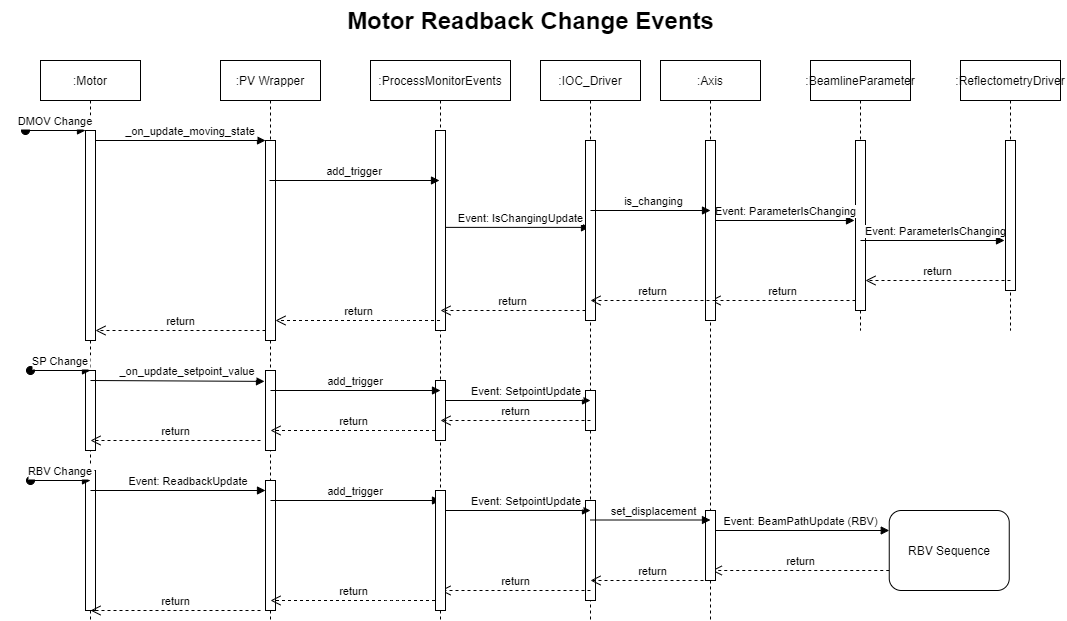
Earlier version of the draw.io export reflectometers/MotorReadbackChangeEvents.png (ISISComputingGroup/ibex_developers_manual). Source tidied: cells renumbered, new cells last; positions are measured from the earlier drawing's top-left corner, leaving out a move shared by most shapes. Its diagram source:
```xml
<mxGraphModel>
  <root>
    <mxCell id="0" />
    <mxCell id="1" parent="0" />
    <mxCell id="2" value=":Motor" style="shape=umlLifeline;perimeter=lifelinePerimeter;rounded=0;shadow=0;strokeWidth=1;" parent="1" vertex="1">
      <mxGeometry x="40" y="60" width="100" height="560" as="geometry" />
    </mxCell>
    <mxCell id="3" style="points=[];perimeter=orthogonalPerimeter;rounded=0;shadow=0;strokeWidth=1;" parent="2" vertex="1">
      <mxGeometry x="45" y="70" width="10" height="210" as="geometry" />
    </mxCell>
    <mxCell id="4" value="DMOV Change" style="verticalAlign=bottom;startArrow=oval;endArrow=block;startSize=8;shadow=0;strokeWidth=1;" parent="2" edge="1" target="3">
      <mxGeometry relative="1" as="geometry">
        <mxPoint x="-15" y="70" as="sourcePoint" />
      </mxGeometry>
    </mxCell>
    <mxCell id="5" style="perimeter=orthogonalPerimeter;rounded=0;shadow=0;strokeWidth=1;" parent="2" vertex="1">
      <mxGeometry x="45" y="310" width="10" height="80" as="geometry" />
    </mxCell>
    <mxCell id="6" style="perimeter=orthogonalPerimeter;rounded=0;shadow=0;strokeWidth=1;" parent="2" vertex="1">
      <mxGeometry x="45" y="410" width="10" height="140" as="geometry" />
    </mxCell>
    <mxCell id="7" value=":PV Wrapper" style="shape=umlLifeline;perimeter=lifelinePerimeter;rounded=0;shadow=0;strokeWidth=1;" parent="1" vertex="1">
      <mxGeometry x="220" y="60" width="100" height="560" as="geometry" />
    </mxCell>
    <mxCell id="8" style="points=[];perimeter=orthogonalPerimeter;rounded=0;shadow=0;strokeWidth=1;" parent="7" vertex="1">
      <mxGeometry x="45" y="80" width="10" height="200" as="geometry" />
    </mxCell>
    <mxCell id="9" style="perimeter=orthogonalPerimeter;rounded=0;shadow=0;strokeWidth=1;" parent="7" vertex="1">
      <mxGeometry x="45" y="310" width="10" height="80" as="geometry" />
    </mxCell>
    <mxCell id="10" style="perimeter=orthogonalPerimeter;rounded=0;shadow=0;strokeWidth=1;" parent="7" vertex="1">
      <mxGeometry x="45" y="420" width="10" height="70" as="geometry" />
    </mxCell>
    <mxCell id="11" value="_on_update_moving_state" style="verticalAlign=bottom;endArrow=block;entryX=0;entryY=0;shadow=0;strokeWidth=1;" parent="1" edge="1" source="3" target="8">
      <mxGeometry x="0.12" relative="1" as="geometry" />
    </mxCell>
    <mxCell id="12" value=":ProcessMonitorEvents" style="shape=umlLifeline;perimeter=lifelinePerimeter;rounded=0;shadow=0;strokeWidth=1;" parent="1" vertex="1">
      <mxGeometry x="370" y="60" width="140" height="560" as="geometry" />
    </mxCell>
    <mxCell id="13" style="points=[];perimeter=orthogonalPerimeter;rounded=0;shadow=0;strokeWidth=1;" parent="12" vertex="1">
      <mxGeometry x="65" y="70" width="10" height="200" as="geometry" />
    </mxCell>
    <mxCell id="14" style="perimeter=orthogonalPerimeter;rounded=0;shadow=0;strokeWidth=1;" parent="12" vertex="1">
      <mxGeometry x="65" y="320" width="10" height="60" as="geometry" />
    </mxCell>
    <mxCell id="15" value="add_trigger" style="verticalAlign=bottom;endArrow=block;entryX=0;entryY=0;shadow=0;strokeWidth=1;" parent="1" edge="1">
      <mxGeometry relative="1" as="geometry">
        <mxPoint x="269" y="180" as="sourcePoint" />
        <mxPoint x="439" y="180" as="targetPoint" />
      </mxGeometry>
    </mxCell>
    <mxCell id="16" value="Event: IsChangingUpdate" style="html=1;verticalAlign=bottom;endArrow=block;entryX=0.49;entryY=0.298;entryDx=0;entryDy=0;entryPerimeter=0;" parent="1" edge="1" source="13" target="19">
      <mxGeometry x="0.04" relative="1" as="geometry" />
    </mxCell>
    <mxCell id="17" value="return" style="html=1;verticalAlign=bottom;endArrow=open;dashed=1;endSize=8;" parent="1" edge="1" source="12" target="8">
      <mxGeometry relative="1" as="geometry">
        <Array as="points">
          <mxPoint x="400" y="320" />
        </Array>
      </mxGeometry>
    </mxCell>
    <mxCell id="18" value="Motor Readback Change Events" style="text;strokeColor=none;fillColor=none;html=1;fontSize=24;fontStyle=1;verticalAlign=middle;align=center;" parent="1" vertex="1">
      <mxGeometry width="1060" height="40" as="geometry" />
    </mxCell>
    <mxCell id="19" value=":IOC_Driver" style="shape=umlLifeline;perimeter=lifelinePerimeter;rounded=0;shadow=0;strokeWidth=1;" parent="1" vertex="1">
      <mxGeometry x="540" y="60" width="100" height="560" as="geometry" />
    </mxCell>
    <mxCell id="20" style="perimeter=orthogonalPerimeter;rounded=0;shadow=0;strokeWidth=1;" parent="19" vertex="1">
      <mxGeometry x="45" y="80" width="10" height="180" as="geometry" />
    </mxCell>
    <mxCell id="21" style="perimeter=orthogonalPerimeter;rounded=0;shadow=0;strokeWidth=1;" parent="19" vertex="1">
      <mxGeometry x="45" y="330" width="10" height="40" as="geometry" />
    </mxCell>
    <mxCell id="22" style="perimeter=orthogonalPerimeter;rounded=0;shadow=0;strokeWidth=1;" parent="19" vertex="1">
      <mxGeometry x="45" y="440" width="10" height="100" as="geometry" />
    </mxCell>
    <mxCell id="23" value=":BeamlineParameter" style="shape=umlLifeline;perimeter=lifelinePerimeter;rounded=0;shadow=0;strokeWidth=1;" parent="1" vertex="1">
      <mxGeometry x="810" y="60" width="100" height="270" as="geometry" />
    </mxCell>
    <mxCell id="24" style="perimeter=orthogonalPerimeter;rounded=0;shadow=0;strokeWidth=1;" parent="23" vertex="1">
      <mxGeometry x="45" y="80" width="10" height="170" as="geometry" />
    </mxCell>
    <mxCell id="25" value="Event: ParameterIsChanging" style="html=1;verticalAlign=bottom;endArrow=block;entryX=0.49;entryY=0.298;entryDx=0;entryDy=0;entryPerimeter=0;" parent="1" edge="1">
      <mxGeometry x="0.04" relative="1" as="geometry">
        <mxPoint x="710" y="220" as="sourcePoint" />
        <mxPoint x="854" y="220" as="targetPoint" />
      </mxGeometry>
    </mxCell>
    <mxCell id="26" value="Event: ParameterIsChanging" style="html=1;verticalAlign=bottom;endArrow=block;entryX=0.49;entryY=0.298;entryDx=0;entryDy=0;entryPerimeter=0;" parent="1" edge="1">
      <mxGeometry x="0.04" relative="1" as="geometry">
        <mxPoint x="860" y="240" as="sourcePoint" />
        <mxPoint x="1004" y="240" as="targetPoint" />
      </mxGeometry>
    </mxCell>
    <mxCell id="27" value=":ReflectometryDriver" style="shape=umlLifeline;perimeter=lifelinePerimeter;rounded=0;shadow=0;strokeWidth=1;" parent="1" vertex="1">
      <mxGeometry x="960" y="60" width="100" height="270" as="geometry" />
    </mxCell>
    <mxCell id="28" style="perimeter=orthogonalPerimeter;rounded=0;shadow=0;strokeWidth=1;" parent="27" vertex="1">
      <mxGeometry x="45" y="80" width="10" height="150" as="geometry" />
    </mxCell>
    <mxCell id="29" value="return" style="html=1;verticalAlign=bottom;endArrow=open;dashed=1;endSize=8;" parent="27" edge="1">
      <mxGeometry relative="1" as="geometry">
        <mxPoint x="50" y="220" as="sourcePoint" />
        <mxPoint x="-95" y="220" as="targetPoint" />
      </mxGeometry>
    </mxCell>
    <mxCell id="30" value="return" style="html=1;verticalAlign=bottom;endArrow=open;dashed=1;endSize=8;" parent="1" edge="1">
      <mxGeometry relative="1" as="geometry">
        <mxPoint x="855" y="300" as="sourcePoint" />
        <mxPoint x="710" y="300" as="targetPoint" />
      </mxGeometry>
    </mxCell>
    <mxCell id="31" value="return" style="html=1;verticalAlign=bottom;endArrow=open;dashed=1;endSize=8;" parent="1" edge="1">
      <mxGeometry relative="1" as="geometry">
        <mxPoint x="585" y="310" as="sourcePoint" />
        <mxPoint x="440" y="310" as="targetPoint" />
      </mxGeometry>
    </mxCell>
    <mxCell id="32" value="return" style="html=1;verticalAlign=bottom;endArrow=open;dashed=1;endSize=8;" parent="1" edge="1" target="3">
      <mxGeometry relative="1" as="geometry">
        <mxPoint x="265" y="330" as="sourcePoint" />
      </mxGeometry>
    </mxCell>
    <mxCell id="33" value="Event: SetpointUpdate" style="verticalAlign=bottom;endArrow=block;shadow=0;strokeWidth=1;" parent="1" edge="1">
      <mxGeometry x="0.12" relative="1" as="geometry">
        <mxPoint x="445" y="400" as="sourcePoint" />
        <mxPoint x="590" y="400" as="targetPoint" />
      </mxGeometry>
    </mxCell>
    <mxCell id="34" value="SP Change" style="verticalAlign=bottom;startArrow=oval;endArrow=block;startSize=8;shadow=0;strokeWidth=1;" parent="1" edge="1">
      <mxGeometry relative="1" as="geometry">
        <mxPoint x="30" y="370" as="sourcePoint" />
        <mxPoint x="90" y="370" as="targetPoint" />
      </mxGeometry>
    </mxCell>
    <mxCell id="35" value="return" style="html=1;verticalAlign=bottom;endArrow=open;dashed=1;endSize=8;" parent="1" edge="1">
      <mxGeometry relative="1" as="geometry">
        <mxPoint x="590" y="420" as="sourcePoint" />
        <mxPoint x="440" y="420" as="targetPoint" />
      </mxGeometry>
    </mxCell>
    <mxCell id="36" value="RBV Change" style="verticalAlign=bottom;startArrow=oval;endArrow=block;startSize=8;shadow=0;strokeWidth=1;" parent="1" edge="1">
      <mxGeometry relative="1" as="geometry">
        <mxPoint x="30" y="480" as="sourcePoint" />
        <mxPoint x="90" y="480" as="targetPoint" />
      </mxGeometry>
    </mxCell>
    <mxCell id="37" value="Event: ReadbackUpdate" style="verticalAlign=bottom;endArrow=block;entryX=0;entryY=0;shadow=0;strokeWidth=1;" parent="1" edge="1">
      <mxGeometry x="0.12" relative="1" as="geometry">
        <mxPoint x="90" y="490" as="sourcePoint" />
        <mxPoint x="265" y="490" as="targetPoint" />
      </mxGeometry>
    </mxCell>
    <mxCell id="38" value="Event: BeamPathUpdate (RBV)" style="html=1;verticalAlign=bottom;endArrow=block;entryX=0;entryY=0.25;entryDx=0;entryDy=0;" parent="1" edge="1" target="40">
      <mxGeometry relative="1" as="geometry">
        <mxPoint x="711.2" y="530" as="sourcePoint" />
      </mxGeometry>
    </mxCell>
    <mxCell id="39" value="return" style="html=1;verticalAlign=bottom;endArrow=open;dashed=1;endSize=8;exitX=0;exitY=0.75;exitDx=0;exitDy=0;" parent="1" edge="1" source="40">
      <mxGeometry relative="1" as="geometry">
        <mxPoint x="711.2" y="570" as="targetPoint" />
      </mxGeometry>
    </mxCell>
    <mxCell id="40" value="RBV Sequence" style="rounded=1;whiteSpace=wrap;html=1;" parent="1" vertex="1">
      <mxGeometry x="888.8" y="510" width="120" height="80" as="geometry" />
    </mxCell>
    <mxCell id="41" value="_on_update_setpoint_value" style="verticalAlign=bottom;endArrow=block;shadow=0;strokeWidth=1;entryX=0.44;entryY=0.573;entryDx=0;entryDy=0;entryPerimeter=0;" parent="1" edge="1" target="7">
      <mxGeometry x="0.12" relative="1" as="geometry">
        <mxPoint x="90" y="380" as="sourcePoint" />
      </mxGeometry>
    </mxCell>
    <mxCell id="42" value="add_trigger" style="verticalAlign=bottom;endArrow=block;entryX=0;entryY=0;shadow=0;strokeWidth=1;" parent="1" edge="1">
      <mxGeometry relative="1" as="geometry">
        <mxPoint x="270" y="390" as="sourcePoint" />
        <mxPoint x="440" y="390" as="targetPoint" />
      </mxGeometry>
    </mxCell>
    <mxCell id="43" value="return" style="html=1;verticalAlign=bottom;endArrow=open;dashed=1;endSize=8;" parent="1" edge="1">
      <mxGeometry relative="1" as="geometry">
        <mxPoint x="434.5" y="430" as="sourcePoint" />
        <mxPoint x="270" y="430" as="targetPoint" />
        <Array as="points">
          <mxPoint x="395" y="430" />
        </Array>
      </mxGeometry>
    </mxCell>
    <mxCell id="44" value="return" style="html=1;verticalAlign=bottom;endArrow=open;dashed=1;endSize=8;" parent="1" edge="1">
      <mxGeometry relative="1" as="geometry">
        <mxPoint x="260" y="440" as="sourcePoint" />
        <mxPoint x="90" y="440" as="targetPoint" />
      </mxGeometry>
    </mxCell>
    <mxCell id="45" value=":Axis" style="shape=umlLifeline;perimeter=lifelinePerimeter;rounded=0;shadow=0;strokeWidth=1;" parent="1" vertex="1">
      <mxGeometry x="660" y="60" width="100" height="560" as="geometry" />
    </mxCell>
    <mxCell id="46" style="perimeter=orthogonalPerimeter;rounded=0;shadow=0;strokeWidth=1;" parent="45" vertex="1">
      <mxGeometry x="45" y="80" width="10" height="180" as="geometry" />
    </mxCell>
    <mxCell id="47" style="perimeter=orthogonalPerimeter;rounded=0;shadow=0;strokeWidth=1;" parent="45" vertex="1">
      <mxGeometry x="45" y="450" width="10" height="70" as="geometry" />
    </mxCell>
    <mxCell id="48" value="is_changing" style="html=1;verticalAlign=bottom;endArrow=block;" parent="1" edge="1">
      <mxGeometry x="0.04" relative="1" as="geometry">
        <mxPoint x="590" y="210" as="sourcePoint" />
        <mxPoint x="710" y="210" as="targetPoint" />
      </mxGeometry>
    </mxCell>
    <mxCell id="49" value="return" style="html=1;verticalAlign=bottom;endArrow=open;dashed=1;endSize=8;" parent="1" edge="1">
      <mxGeometry relative="1" as="geometry">
        <mxPoint x="715" y="300" as="sourcePoint" />
        <mxPoint x="590" y="300" as="targetPoint" />
      </mxGeometry>
    </mxCell>
    <mxCell id="50" style="perimeter=orthogonalPerimeter;rounded=0;shadow=0;strokeWidth=1;" parent="1" vertex="1">
      <mxGeometry x="265" y="480" width="10" height="130" as="geometry" />
    </mxCell>
    <mxCell id="51" value="Event: SetpointUpdate" style="verticalAlign=bottom;endArrow=block;shadow=0;strokeWidth=1;" parent="1" edge="1">
      <mxGeometry x="0.12" relative="1" as="geometry">
        <mxPoint x="445" y="510" as="sourcePoint" />
        <mxPoint x="590" y="510" as="targetPoint" />
      </mxGeometry>
    </mxCell>
    <mxCell id="52" value="return" style="html=1;verticalAlign=bottom;endArrow=open;dashed=1;endSize=8;" parent="1" edge="1">
      <mxGeometry relative="1" as="geometry">
        <mxPoint x="590" y="590" as="sourcePoint" />
        <mxPoint x="440" y="590" as="targetPoint" />
      </mxGeometry>
    </mxCell>
    <mxCell id="53" value="add_trigger" style="verticalAlign=bottom;endArrow=block;entryX=0;entryY=0;shadow=0;strokeWidth=1;" parent="1" edge="1">
      <mxGeometry relative="1" as="geometry">
        <mxPoint x="270" y="500" as="sourcePoint" />
        <mxPoint x="440" y="500" as="targetPoint" />
      </mxGeometry>
    </mxCell>
    <mxCell id="54" value="return" style="html=1;verticalAlign=bottom;endArrow=open;dashed=1;endSize=8;" parent="1" edge="1">
      <mxGeometry relative="1" as="geometry">
        <mxPoint x="434.5" y="600" as="sourcePoint" />
        <mxPoint x="270" y="600" as="targetPoint" />
        <Array as="points">
          <mxPoint x="395" y="600" />
        </Array>
      </mxGeometry>
    </mxCell>
    <mxCell id="55" value="return" style="html=1;verticalAlign=bottom;endArrow=open;dashed=1;endSize=8;" parent="1" edge="1">
      <mxGeometry relative="1" as="geometry">
        <mxPoint x="260" y="610" as="sourcePoint" />
        <mxPoint x="90" y="610" as="targetPoint" />
      </mxGeometry>
    </mxCell>
    <mxCell id="56" style="perimeter=orthogonalPerimeter;rounded=0;shadow=0;strokeWidth=1;" parent="1" vertex="1">
      <mxGeometry x="435" y="490" width="10" height="120" as="geometry" />
    </mxCell>
    <mxCell id="57" value="set_displacement" style="html=1;verticalAlign=bottom;endArrow=block;" parent="1" edge="1">
      <mxGeometry x="0.04" relative="1" as="geometry">
        <mxPoint x="590" y="519.5" as="sourcePoint" />
        <mxPoint x="710" y="519.5" as="targetPoint" />
      </mxGeometry>
    </mxCell>
    <mxCell id="58" value="return" style="html=1;verticalAlign=bottom;endArrow=open;dashed=1;endSize=8;" parent="1" edge="1">
      <mxGeometry relative="1" as="geometry">
        <mxPoint x="715" y="580" as="sourcePoint" />
        <mxPoint x="590" y="580" as="targetPoint" />
      </mxGeometry>
    </mxCell>
  </root>
</mxGraphModel>
```
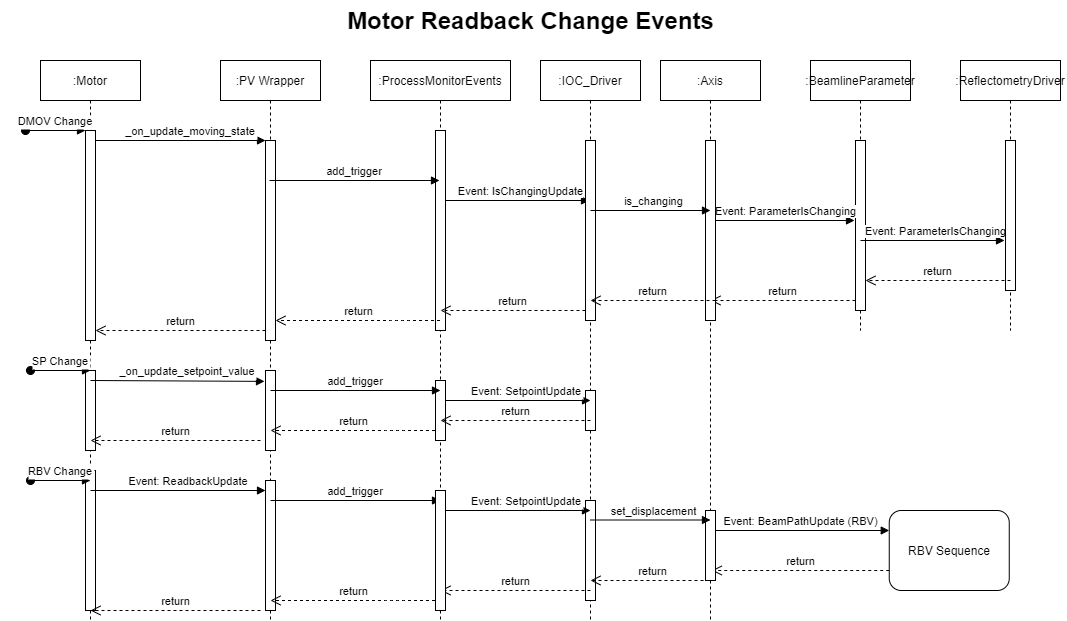
The same diagram one commit later.

The edit, as a diff of the source:
```diff
@@ -49,8 +49,10 @@
         <mxPoint x="439" y="180" as="targetPoint" />
       </mxGeometry>
     </mxCell>
-    <mxCell id="16" value="Event: IsChangingUpdate" style="html=1;verticalAlign=bottom;endArrow=block;entryX=0.49;entryY=0.298;entryDx=0;entryDy=0;entryPerimeter=0;" parent="1" edge="1" source="13" target="19">
-      <mxGeometry x="0.04" relative="1" as="geometry" />
+    <mxCell id="16" value="Event: IsChangingUpdate" style="html=1;verticalAlign=bottom;endArrow=block;" parent="1" edge="1" source="13">
+      <mxGeometry x="0.04" relative="1" as="geometry">
+        <mxPoint x="589" y="200" as="targetPoint" />
+      </mxGeometry>
     </mxCell>
     <mxCell id="17" value="return" style="html=1;verticalAlign=bottom;endArrow=open;dashed=1;endSize=8;" parent="1" edge="1" source="12" target="8">
       <mxGeometry relative="1" as="geometry">
```
